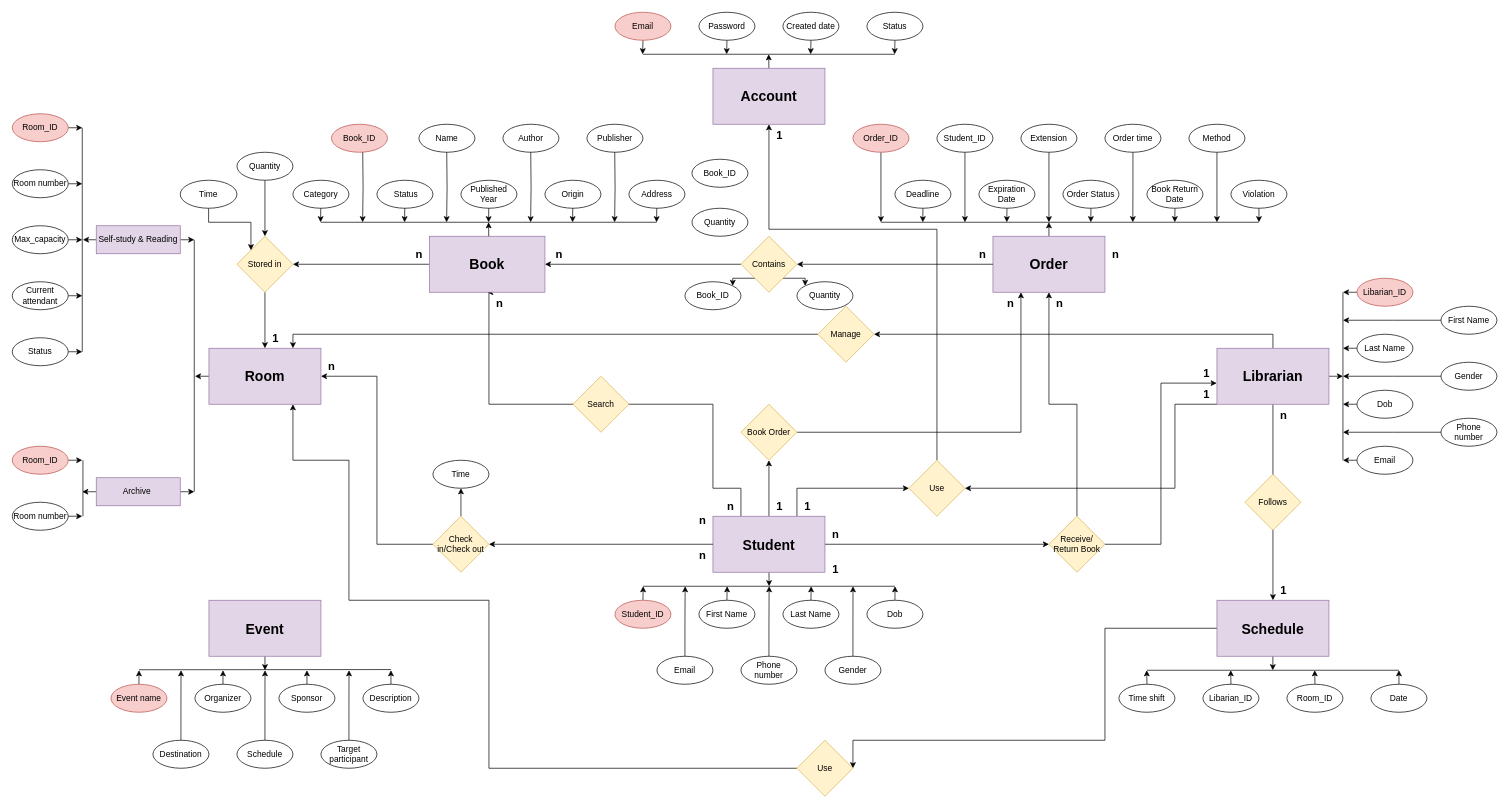
The draw.io diagram erd.drawio in Dovanvu09/LibraryManagement, before the edit. Source tidied: cells renumbered, new cells numbered last; positions are measured from the earlier drawing's top-left corner, leaving out a move shared by most shapes. Both pictures are drawn from the tidied source at 70%, with x=0, y=0 at pixel (12, 12).
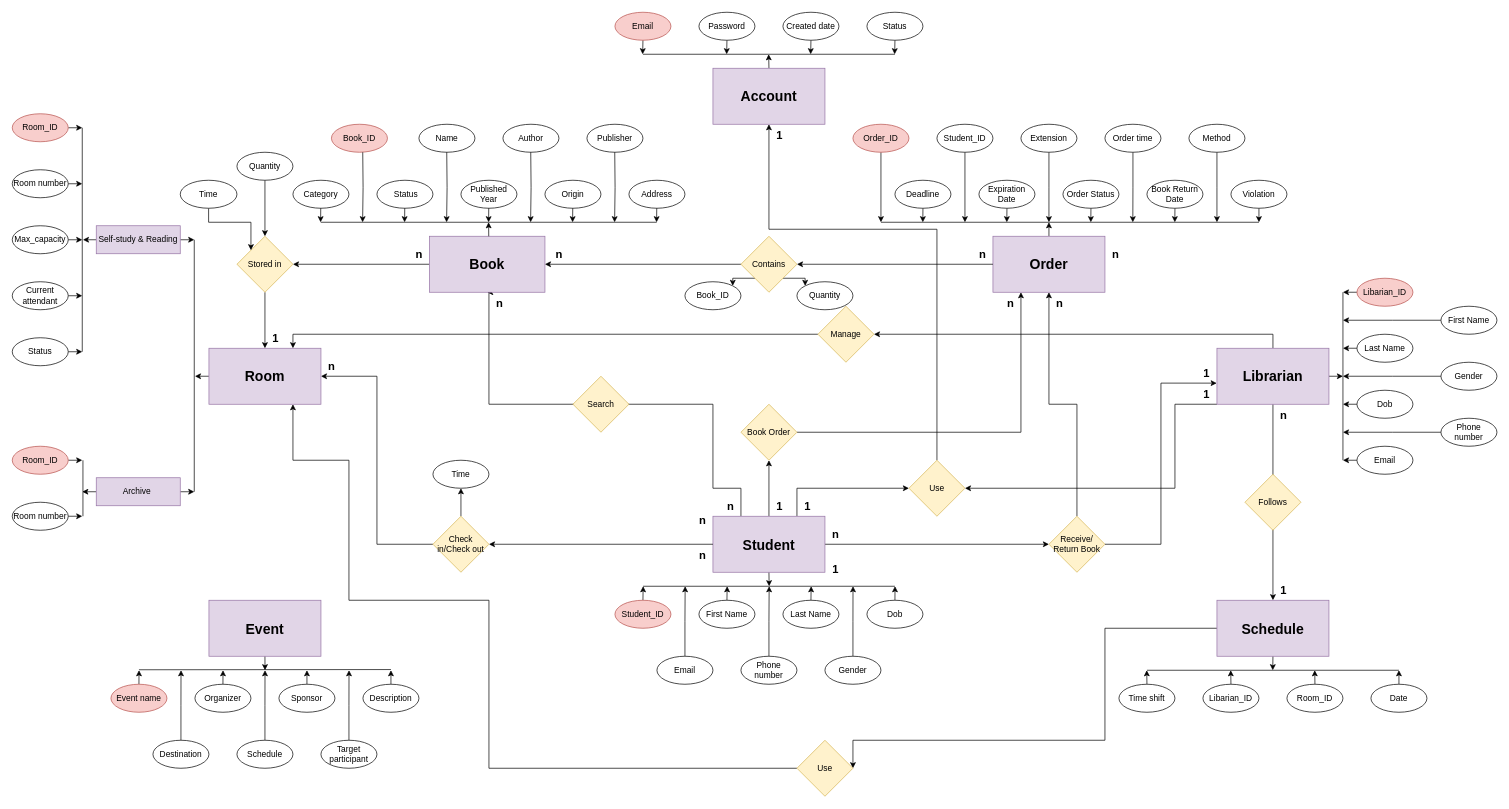
The same page after the edit.

Commit message:
Cập nhật erd.drawio

Change to the diagram source:
```diff
@@
-    <mxCell id="82" value="Book_ID" style="ellipse;whiteSpace=wrap;html=1;" parent="1" vertex="1">
-      <mxGeometry x="971" y="210" width="80" height="40" as="geometry" />
-    </mxCell>
@@
-    <mxCell id="89" value="Quantity" style="ellipse;whiteSpace=wrap;html=1;" parent="1" vertex="1">
-      <mxGeometry x="971" y="280" width="80" height="40" as="geometry" />
-    </mxCell>
```
